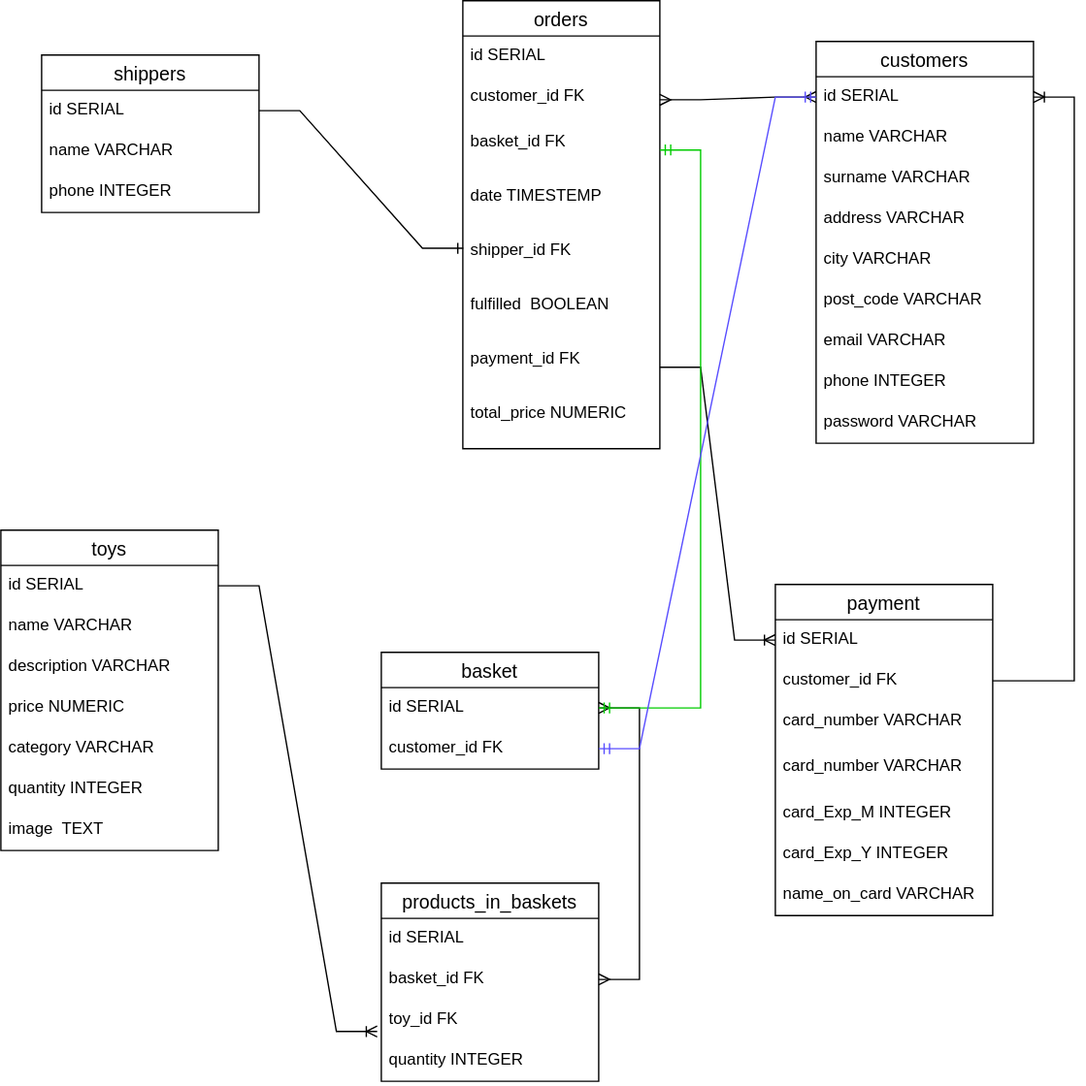
OlgaNas/e-commerce keeps this draw.io diagram as db/db_schema.svg. Above is the earlier version. Source tidied: cells renumbered, new cells last; positions are measured from the earlier drawing's top-left corner, leaving out a move shared by most shapes.
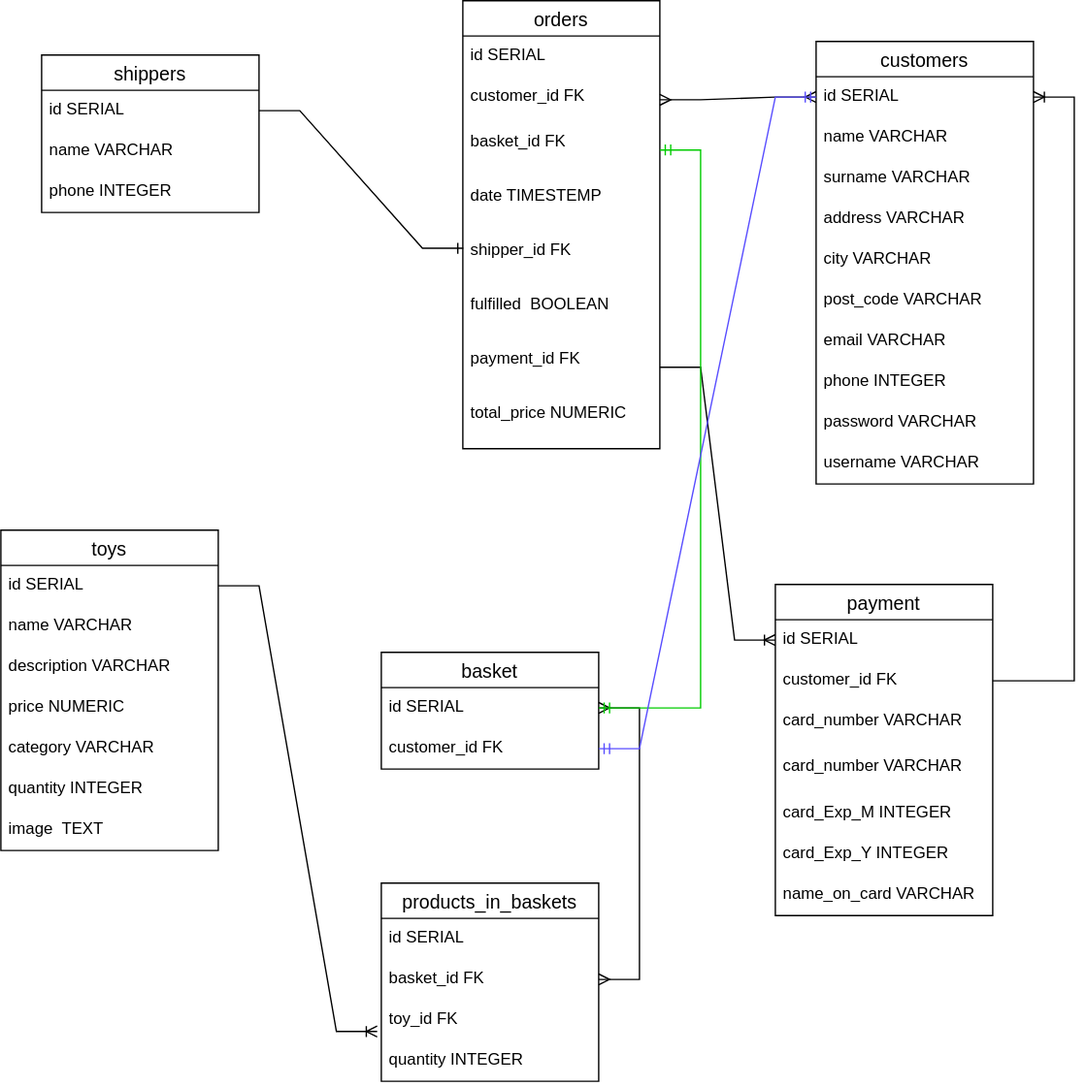
The same diagram one commit later.

Change to the diagram source:
```diff
@@ -69,7 +69,7 @@
       <mxGeometry relative="1" as="geometry" />
     </mxCell>
     <mxCell id="24" value="customers" style="swimlane;fontStyle=0;horizontal=1;startSize=26;align=center;fontSize=14;" parent="1" vertex="1">
-      <mxGeometry x="600" y="30" width="160" height="296" as="geometry" />
+      <mxGeometry x="600" y="30" width="160" height="326" as="geometry" />
     </mxCell>
     <mxCell id="25" value="id SERIAL" style="text;strokeColor=none;fillColor=none;spacingLeft=4;spacingRight=4;overflow=hidden;points=[[0,0.5],[1,0.5]];portConstraint=eastwest;fontSize=12;whiteSpace=wrap;html=1;" parent="24" vertex="1">
       <mxGeometry y="26" width="160" height="30" as="geometry" />
@@ -98,6 +98,9 @@
     <mxCell id="33" value="password VARCHAR" style="text;strokeColor=none;fillColor=none;spacingLeft=4;spacingRight=4;overflow=hidden;fontSize=12;whiteSpace=wrap;html=1;" parent="24" vertex="1">
       <mxGeometry y="266" width="160" height="30" as="geometry" />
     </mxCell>
+    <mxCell id="58" value="username VARCHAR" style="text;strokeColor=none;fillColor=none;spacingLeft=4;spacingRight=4;overflow=hidden;fontSize=12;whiteSpace=wrap;html=1;" parent="24" vertex="1">
+      <mxGeometry y="296" width="160" height="30" as="geometry" />
+    </mxCell>
     <mxCell id="34" style="edgeStyle=entityRelationEdgeStyle;fontSize=12;html=1;endArrow=ERmany;startArrow=ERmany;rounded=0;exitX=1;exitY=0.5;exitDx=0;exitDy=0;" parent="1" edge="1" source="12" target="25">
       <mxGeometry relative="1" as="geometry" />
     </mxCell>
```
